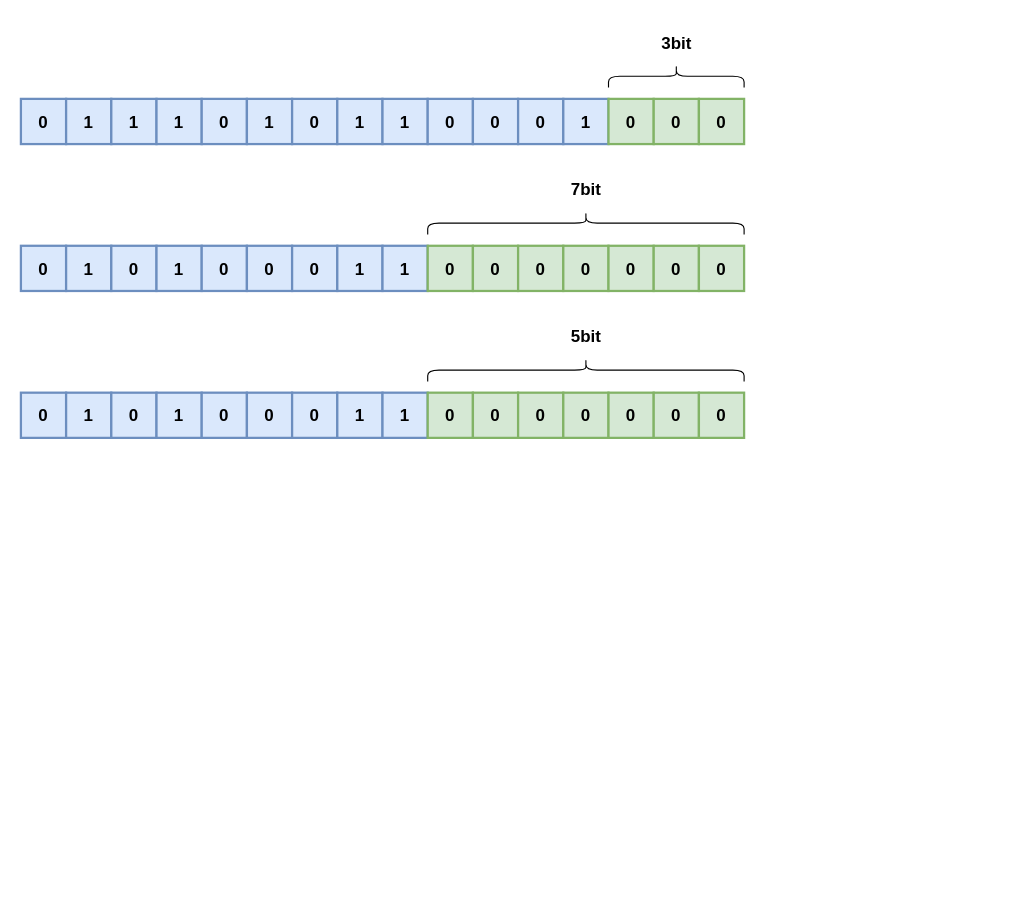
donscoco/diagrams keeps this draw.io diagram as redis/redis-hyperloglog-1.drawio. Above is the earlier version. Source tidied: cells renumbered, new cells numbered last; positions are measured from the earlier drawing's top-left corner, leaving out a move shared by most shapes. Both pictures are drawn from the tidied source at 113%, with x=0, y=0 at pixel (20, 8).
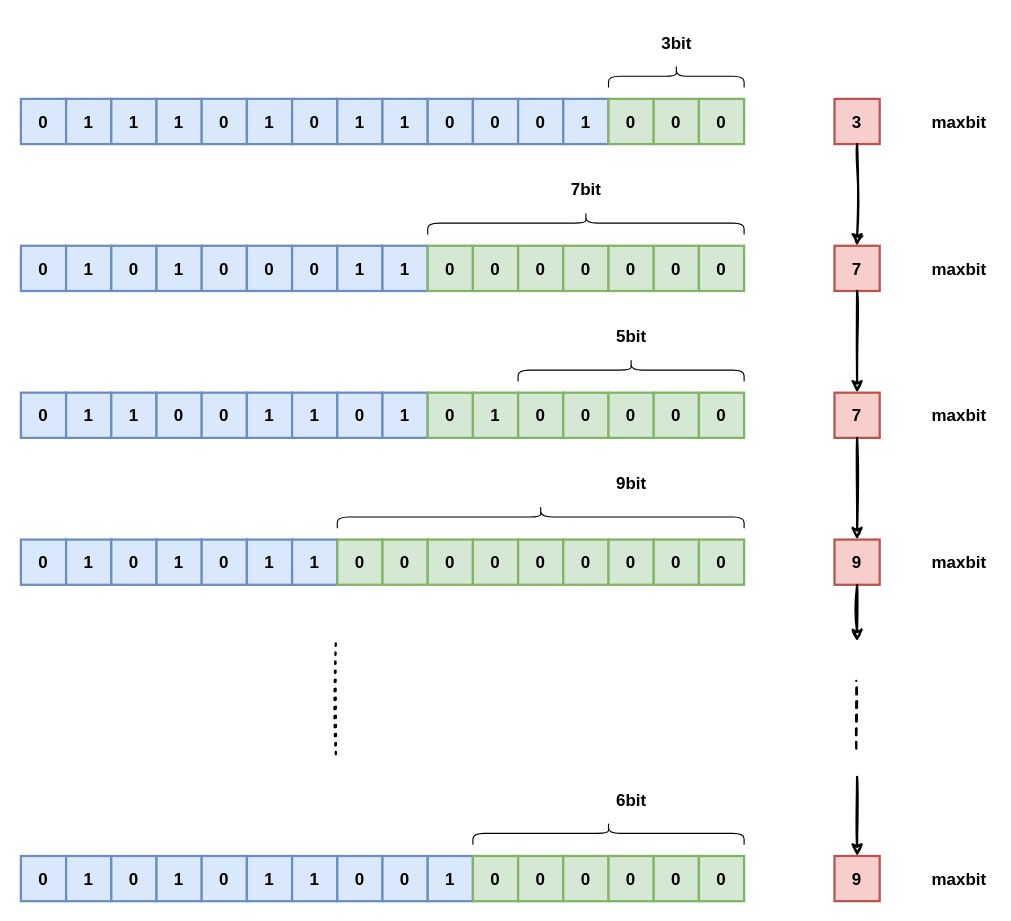
The same page after the edit.

The edit, as a diff of the source:
```diff
@@
-    <mxCell id="40" value="0" style="rounded=0;whiteSpace=wrap;html=1;strokeWidth=2;fillWeight=4;hachureGap=8;hachureAngle=45;fillColor=#dae8fc;strokeColor=#6c8ebf;fontSize=15;fontStyle=1;" parent="1" vertex="1">
+    <mxCell id="40" value="1" style="rounded=0;whiteSpace=wrap;html=1;strokeWidth=2;fillWeight=4;hachureGap=8;hachureAngle=45;fillColor=#dae8fc;strokeColor=#6c8ebf;fontSize=15;fontStyle=1;" parent="1" vertex="1">
       <mxGeometry x="80" y="340" width="40" height="40" as="geometry" />
     </mxCell>
-    <mxCell id="41" value="1" style="rounded=0;whiteSpace=wrap;html=1;strokeWidth=2;fillWeight=4;hachureGap=8;hachureAngle=45;fillColor=#dae8fc;strokeColor=#6c8ebf;fontSize=15;fontStyle=1;" parent="1" vertex="1">
+    <mxCell id="41" value="0" style="rounded=0;whiteSpace=wrap;html=1;strokeWidth=2;fillWeight=4;hachureGap=8;hachureAngle=45;fillColor=#dae8fc;strokeColor=#6c8ebf;fontSize=15;fontStyle=1;" parent="1" vertex="1">
       <mxGeometry x="120" y="340" width="40" height="40" as="geometry" />
     </mxCell>
@@
-    <mxCell id="43" value="0" style="rounded=0;whiteSpace=wrap;html=1;strokeWidth=2;fillWeight=4;hachureGap=8;hachureAngle=45;fillColor=#dae8fc;strokeColor=#6c8ebf;fontSize=15;fontStyle=1;" parent="1" vertex="1">
+    <mxCell id="43" value="1" style="rounded=0;whiteSpace=wrap;html=1;strokeWidth=2;fillWeight=4;hachureGap=8;hachureAngle=45;fillColor=#dae8fc;strokeColor=#6c8ebf;fontSize=15;fontStyle=1;" parent="1" vertex="1">
       <mxGeometry x="200" y="340" width="40" height="40" as="geometry" />
     </mxCell>
-    <mxCell id="44" value="0" style="rounded=0;whiteSpace=wrap;html=1;strokeWidth=2;fillWeight=4;hachureGap=8;hachureAngle=45;fillColor=#dae8fc;strokeColor=#6c8ebf;fontSize=15;fontStyle=1;" parent="1" vertex="1">
+    <mxCell id="44" value="1" style="rounded=0;whiteSpace=wrap;html=1;strokeWidth=2;fillWeight=4;hachureGap=8;hachureAngle=45;fillColor=#dae8fc;strokeColor=#6c8ebf;fontSize=15;fontStyle=1;" parent="1" vertex="1">
       <mxGeometry x="240" y="340" width="40" height="40" as="geometry" />
     </mxCell>
-    <mxCell id="45" value="1" style="rounded=0;whiteSpace=wrap;html=1;strokeWidth=2;fillWeight=4;hachureGap=8;hachureAngle=45;fillColor=#dae8fc;strokeColor=#6c8ebf;fontSize=15;fontStyle=1;" parent="1" vertex="1">
+    <mxCell id="45" value="0" style="rounded=0;whiteSpace=wrap;html=1;strokeWidth=2;fillWeight=4;hachureGap=8;hachureAngle=45;fillColor=#dae8fc;strokeColor=#6c8ebf;fontSize=15;fontStyle=1;" parent="1" vertex="1">
       <mxGeometry x="280" y="340" width="40" height="40" as="geometry" />
     </mxCell>
@@
-    <mxCell id="48" value="0" style="rounded=0;whiteSpace=wrap;html=1;strokeWidth=2;fillWeight=4;hachureGap=8;hachureAngle=45;fillColor=#d5e8d4;strokeColor=#82b366;fontSize=15;fontStyle=1;" parent="1" vertex="1">
+    <mxCell id="48" value="1" style="rounded=0;whiteSpace=wrap;html=1;strokeWidth=2;fillWeight=4;hachureGap=8;hachureAngle=45;fillColor=#d5e8d4;strokeColor=#82b366;fontSize=15;fontStyle=1;" parent="1" vertex="1">
       <mxGeometry x="400" y="340" width="40" height="40" as="geometry" />
     </mxCell>
@@
     <mxCell id="54" style="shape=curlyBracket;whiteSpace=wrap;html=1;rounded=1;labelPosition=left;verticalLabelPosition=middle;align=right;verticalAlign=middle;rotation=90;" parent="1" vertex="1">
-      <mxGeometry x="490" y="180" width="20" height="280" as="geometry" />
+      <mxGeometry x="530" y="220" width="20" height="200" as="geometry" />
     </mxCell>
     <mxCell id="55" value="5bit" style="text;strokeColor=none;fillColor=none;html=1;fontSize=15;fontStyle=1;verticalAlign=middle;align=center;" parent="1" vertex="1">
-      <mxGeometry x="470" y="270" width="60" height="40" as="geometry" />
+      <mxGeometry x="510" y="270" width="60" height="40" as="geometry" />
     </mxCell>
+    <mxCell id="56" value="0" style="rounded=0;whiteSpace=wrap;html=1;strokeWidth=2;fillWeight=4;hachureGap=8;hachureAngle=45;fillColor=#dae8fc;strokeColor=#6c8ebf;fontSize=15;fontStyle=1;" parent="1" vertex="1">
+      <mxGeometry y="470" width="40" height="40" as="geometry" />
+    </mxCell>
+    <mxCell id="57" value="1" style="rounded=0;whiteSpace=wrap;html=1;strokeWidth=2;fillWeight=4;hachureGap=8;hachureAngle=45;fillColor=#dae8fc;strokeColor=#6c8ebf;fontSize=15;fontStyle=1;" parent="1" vertex="1">
+      <mxGeometry x="40" y="470" width="40" height="40" as="geometry" />
+    </mxCell>
+    <mxCell id="58" value="0" style="rounded=0;whiteSpace=wrap;html=1;strokeWidth=2;fillWeight=4;hachureGap=8;hachureAngle=45;fillColor=#dae8fc;strokeColor=#6c8ebf;fontSize=15;fontStyle=1;" parent="1" vertex="1">
+      <mxGeometry x="80" y="470" width="40" height="40" as="geometry" />
+    </mxCell>
+    <mxCell id="59" value="1" style="rounded=0;whiteSpace=wrap;html=1;strokeWidth=2;fillWeight=4;hachureGap=8;hachureAngle=45;fillColor=#dae8fc;strokeColor=#6c8ebf;fontSize=15;fontStyle=1;" parent="1" vertex="1">
+      <mxGeometry x="120" y="470" width="40" height="40" as="geometry" />
+    </mxCell>
+    <mxCell id="60" value="0" style="rounded=0;whiteSpace=wrap;html=1;strokeWidth=2;fillWeight=4;hachureGap=8;hachureAngle=45;fillColor=#dae8fc;strokeColor=#6c8ebf;fontSize=15;fontStyle=1;" parent="1" vertex="1">
+      <mxGeometry x="160" y="470" width="40" height="40" as="geometry" />
+    </mxCell>
+    <mxCell id="61" value="1" style="rounded=0;whiteSpace=wrap;html=1;strokeWidth=2;fillWeight=4;hachureGap=8;hachureAngle=45;fillColor=#dae8fc;strokeColor=#6c8ebf;fontSize=15;fontStyle=1;" parent="1" vertex="1">
+      <mxGeometry x="200" y="470" width="40" height="40" as="geometry" />
+    </mxCell>
+    <mxCell id="62" value="1" style="rounded=0;whiteSpace=wrap;html=1;strokeWidth=2;fillWeight=4;hachureGap=8;hachureAngle=45;fillColor=#dae8fc;strokeColor=#6c8ebf;fontSize=15;fontStyle=1;" parent="1" vertex="1">
+      <mxGeometry x="240" y="470" width="40" height="40" as="geometry" />
+    </mxCell>
+    <mxCell id="63" value="0" style="rounded=0;whiteSpace=wrap;html=1;strokeWidth=2;fillWeight=4;hachureGap=8;hachureAngle=45;fillColor=#d5e8d4;strokeColor=#82b366;fontSize=15;fontStyle=1;" parent="1" vertex="1">
+      <mxGeometry x="280" y="470" width="40" height="40" as="geometry" />
+    </mxCell>
+    <mxCell id="64" value="0" style="rounded=0;whiteSpace=wrap;html=1;strokeWidth=2;fillWeight=4;hachureGap=8;hachureAngle=45;fillColor=#d5e8d4;strokeColor=#82b366;fontSize=15;fontStyle=1;" parent="1" vertex="1">
+      <mxGeometry x="320" y="470" width="40" height="40" as="geometry" />
+    </mxCell>
+    <mxCell id="65" value="0" style="rounded=0;whiteSpace=wrap;html=1;strokeWidth=2;fillWeight=4;hachureGap=8;hachureAngle=45;fillColor=#d5e8d4;strokeColor=#82b366;fontSize=15;fontStyle=1;" parent="1" vertex="1">
+      <mxGeometry x="360" y="470" width="40" height="40" as="geometry" />
+    </mxCell>
+    <mxCell id="66" value="0" style="rounded=0;whiteSpace=wrap;html=1;strokeWidth=2;fillWeight=4;hachureGap=8;hachureAngle=45;fillColor=#d5e8d4;strokeColor=#82b366;fontSize=15;fontStyle=1;" parent="1" vertex="1">
+      <mxGeometry x="400" y="470" width="40" height="40" as="geometry" />
+    </mxCell>
+    <mxCell id="67" value="0" style="rounded=0;whiteSpace=wrap;html=1;strokeWidth=2;fillWeight=4;hachureGap=8;hachureAngle=45;fillColor=#d5e8d4;strokeColor=#82b366;fontSize=15;fontStyle=1;" parent="1" vertex="1">
+      <mxGeometry x="440" y="470" width="40" height="40" as="geometry" />
+    </mxCell>
+    <mxCell id="68" value="0" style="rounded=0;whiteSpace=wrap;html=1;strokeWidth=2;fillWeight=4;hachureGap=8;hachureAngle=45;fillColor=#d5e8d4;strokeColor=#82b366;fontSize=15;fontStyle=1;" parent="1" vertex="1">
+      <mxGeometry x="480" y="470" width="40" height="40" as="geometry" />
+    </mxCell>
+    <mxCell id="69" value="0" style="rounded=0;whiteSpace=wrap;html=1;strokeWidth=2;fillWeight=4;hachureGap=8;hachureAngle=45;fillColor=#d5e8d4;strokeColor=#82b366;fontSize=15;fontStyle=1;" parent="1" vertex="1">
+      <mxGeometry x="520" y="470" width="40" height="40" as="geometry" />
+    </mxCell>
+    <mxCell id="70" value="0" style="rounded=0;whiteSpace=wrap;html=1;strokeWidth=2;fillWeight=4;hachureGap=8;hachureAngle=45;fillColor=#d5e8d4;strokeColor=#82b366;fontSize=15;fontStyle=1;" parent="1" vertex="1">
+      <mxGeometry x="560" y="470" width="40" height="40" as="geometry" />
+    </mxCell>
+    <mxCell id="71" value="0" style="rounded=0;whiteSpace=wrap;html=1;strokeWidth=2;fillWeight=4;hachureGap=8;hachureAngle=45;fillColor=#d5e8d4;strokeColor=#82b366;fontSize=15;fontStyle=1;" parent="1" vertex="1">
+      <mxGeometry x="600" y="470" width="40" height="40" as="geometry" />
+    </mxCell>
+    <mxCell id="72" style="shape=curlyBracket;whiteSpace=wrap;html=1;rounded=1;labelPosition=left;verticalLabelPosition=middle;align=right;verticalAlign=middle;rotation=90;" parent="1" vertex="1">
+      <mxGeometry x="450" y="270" width="20" height="360" as="geometry" />
+    </mxCell>
+    <mxCell id="73" value="9bit" style="text;strokeColor=none;fillColor=none;html=1;fontSize=15;fontStyle=1;verticalAlign=middle;align=center;" parent="1" vertex="1">
+      <mxGeometry x="510" y="400" width="60" height="40" as="geometry" />
+    </mxCell>
+    <mxCell id="74" value="7" style="rounded=0;whiteSpace=wrap;html=1;strokeWidth=2;fillWeight=4;hachureGap=8;hachureAngle=45;fillColor=#f8cecc;strokeColor=#b85450;fontSize=15;fontStyle=1;" parent="1" vertex="1">
+      <mxGeometry x="720" y="210" width="40" height="40" as="geometry" />
+    </mxCell>
+    <mxCell id="75" value="3" style="rounded=0;whiteSpace=wrap;html=1;strokeWidth=2;fillWeight=4;hachureGap=8;hachureAngle=45;fillColor=#f8cecc;strokeColor=#b85450;fontSize=15;fontStyle=1;" parent="1" vertex="1">
+      <mxGeometry x="720" y="80" width="40" height="40" as="geometry" />
+    </mxCell>
+    <mxCell id="76" value="7" style="rounded=0;whiteSpace=wrap;html=1;strokeWidth=2;fillWeight=4;hachureGap=8;hachureAngle=45;fillColor=#f8cecc;strokeColor=#b85450;fontSize=15;fontStyle=1;" parent="1" vertex="1">
+      <mxGeometry x="720" y="340" width="40" height="40" as="geometry" />
+    </mxCell>
+    <mxCell id="77" value="9" style="rounded=0;whiteSpace=wrap;html=1;strokeWidth=2;fillWeight=4;hachureGap=8;hachureAngle=45;fillColor=#f8cecc;strokeColor=#b85450;fontSize=15;fontStyle=1;" parent="1" vertex="1">
+      <mxGeometry x="720" y="470" width="40" height="40" as="geometry" />
+    </mxCell>
+    <mxCell id="78" value="maxbit" style="text;strokeColor=none;fillColor=none;html=1;fontSize=15;fontStyle=1;verticalAlign=middle;align=center;" parent="1" vertex="1">
+      <mxGeometry x="800" y="80" width="60" height="40" as="geometry" />
+    </mxCell>
+    <mxCell id="79" value="maxbit" style="text;strokeColor=none;fillColor=none;html=1;fontSize=15;fontStyle=1;verticalAlign=middle;align=center;" parent="1" vertex="1">
+      <mxGeometry x="800" y="210" width="60" height="40" as="geometry" />
+    </mxCell>
+    <mxCell id="80" value="maxbit" style="text;strokeColor=none;fillColor=none;html=1;fontSize=15;fontStyle=1;verticalAlign=middle;align=center;" parent="1" vertex="1">
+      <mxGeometry x="800" y="340" width="60" height="40" as="geometry" />
+    </mxCell>
+    <mxCell id="81" value="maxbit" style="text;strokeColor=none;fillColor=none;html=1;fontSize=15;fontStyle=1;verticalAlign=middle;align=center;" parent="1" vertex="1">
+      <mxGeometry x="800" y="470" width="60" height="40" as="geometry" />
+    </mxCell>
+    <mxCell id="82" style="endArrow=classic;html=1;rounded=0;fontSize=15;exitX=0.5;exitY=1;exitDx=0;exitDy=0;entryX=0.5;entryY=0;entryDx=0;entryDy=0;strokeWidth=2;sketch=1;curveFitting=1;jiggle=2;" parent="1" edge="1" source="75" target="74">
+      <mxGeometry relative="1" as="geometry" />
+    </mxCell>
+    <mxCell id="83" style="endArrow=classic;html=1;rounded=0;sketch=1;strokeWidth=2;fontSize=15;exitX=0.5;exitY=1;exitDx=0;exitDy=0;entryX=0.5;entryY=0;entryDx=0;entryDy=0;" parent="1" edge="1" source="74" target="76">
+      <mxGeometry relative="1" as="geometry" />
+    </mxCell>
+    <mxCell id="84" style="endArrow=classic;html=1;rounded=0;sketch=1;strokeWidth=2;fontSize=15;exitX=0.5;exitY=1;exitDx=0;exitDy=0;entryX=0.5;entryY=0;entryDx=0;entryDy=0;" parent="1" edge="1" source="76" target="77">
+      <mxGeometry relative="1" as="geometry" />
+    </mxCell>
+    <mxCell id="85" style="endArrow=none;dashed=1;html=1;dashPattern=1 3;strokeWidth=2;rounded=0;sketch=1;fontSize=15;" parent="1" edge="1">
+      <mxGeometry x="-0.8" relative="1" as="geometry">
+        <mxPoint x="278.7" y="660" as="sourcePoint" />
+        <mxPoint x="278.7" y="560" as="targetPoint" />
+        <mxPoint y="-1" as="offset" />
+      </mxGeometry>
+    </mxCell>
+    <mxCell id="86" value="0" style="rounded=0;whiteSpace=wrap;html=1;strokeWidth=2;fillWeight=4;hachureGap=8;hachureAngle=45;fillColor=#dae8fc;strokeColor=#6c8ebf;fontSize=15;fontStyle=1;" parent="1" vertex="1">
+      <mxGeometry y="750" width="40" height="40" as="geometry" />
+    </mxCell>
+    <mxCell id="87" value="1" style="rounded=0;whiteSpace=wrap;html=1;strokeWidth=2;fillWeight=4;hachureGap=8;hachureAngle=45;fillColor=#dae8fc;strokeColor=#6c8ebf;fontSize=15;fontStyle=1;" parent="1" vertex="1">
+      <mxGeometry x="40" y="750" width="40" height="40" as="geometry" />
+    </mxCell>
+    <mxCell id="88" value="0" style="rounded=0;whiteSpace=wrap;html=1;strokeWidth=2;fillWeight=4;hachureGap=8;hachureAngle=45;fillColor=#dae8fc;strokeColor=#6c8ebf;fontSize=15;fontStyle=1;" parent="1" vertex="1">
+      <mxGeometry x="80" y="750" width="40" height="40" as="geometry" />
+    </mxCell>
+    <mxCell id="89" value="1" style="rounded=0;whiteSpace=wrap;html=1;strokeWidth=2;fillWeight=4;hachureGap=8;hachureAngle=45;fillColor=#dae8fc;strokeColor=#6c8ebf;fontSize=15;fontStyle=1;" parent="1" vertex="1">
+      <mxGeometry x="120" y="750" width="40" height="40" as="geometry" />
+    </mxCell>
+    <mxCell id="90" value="0" style="rounded=0;whiteSpace=wrap;html=1;strokeWidth=2;fillWeight=4;hachureGap=8;hachureAngle=45;fillColor=#dae8fc;strokeColor=#6c8ebf;fontSize=15;fontStyle=1;" parent="1" vertex="1">
+      <mxGeometry x="160" y="750" width="40" height="40" as="geometry" />
+    </mxCell>
+    <mxCell id="91" value="1" style="rounded=0;whiteSpace=wrap;html=1;strokeWidth=2;fillWeight=4;hachureGap=8;hachureAngle=45;fillColor=#dae8fc;strokeColor=#6c8ebf;fontSize=15;fontStyle=1;" parent="1" vertex="1">
+      <mxGeometry x="200" y="750" width="40" height="40" as="geometry" />
+    </mxCell>
+    <mxCell id="92" value="1" style="rounded=0;whiteSpace=wrap;html=1;strokeWidth=2;fillWeight=4;hachureGap=8;hachureAngle=45;fillColor=#dae8fc;strokeColor=#6c8ebf;fontSize=15;fontStyle=1;" parent="1" vertex="1">
+      <mxGeometry x="240" y="750" width="40" height="40" as="geometry" />
+    </mxCell>
+    <mxCell id="93" value="0" style="rounded=0;whiteSpace=wrap;html=1;strokeWidth=2;fillWeight=4;hachureGap=8;hachureAngle=45;fillColor=#dae8fc;strokeColor=#6c8ebf;fontSize=15;fontStyle=1;" parent="1" vertex="1">
+      <mxGeometry x="280" y="750" width="40" height="40" as="geometry" />
+    </mxCell>
+    <mxCell id="94" value="0" style="rounded=0;whiteSpace=wrap;html=1;strokeWidth=2;fillWeight=4;hachureGap=8;hachureAngle=45;fillColor=#dae8fc;strokeColor=#6c8ebf;fontSize=15;fontStyle=1;" parent="1" vertex="1">
+      <mxGeometry x="320" y="750" width="40" height="40" as="geometry" />
+    </mxCell>
+    <mxCell id="95" value="1" style="rounded=0;whiteSpace=wrap;html=1;strokeWidth=2;fillWeight=4;hachureGap=8;hachureAngle=45;fillColor=#dae8fc;strokeColor=#6c8ebf;fontSize=15;fontStyle=1;" parent="1" vertex="1">
+      <mxGeometry x="360" y="750" width="40" height="40" as="geometry" />
+    </mxCell>
+    <mxCell id="96" value="0" style="rounded=0;whiteSpace=wrap;html=1;strokeWidth=2;fillWeight=4;hachureGap=8;hachureAngle=45;fillColor=#d5e8d4;strokeColor=#82b366;fontSize=15;fontStyle=1;" parent="1" vertex="1">
+      <mxGeometry x="400" y="750" width="40" height="40" as="geometry" />
+    </mxCell>
+    <mxCell id="97" value="0" style="rounded=0;whiteSpace=wrap;html=1;strokeWidth=2;fillWeight=4;hachureGap=8;hachureAngle=45;fillColor=#d5e8d4;strokeColor=#82b366;fontSize=15;fontStyle=1;" parent="1" vertex="1">
+      <mxGeometry x="440" y="750" width="40" height="40" as="geometry" />
+    </mxCell>
+    <mxCell id="98" value="0" style="rounded=0;whiteSpace=wrap;html=1;strokeWidth=2;fillWeight=4;hachureGap=8;hachureAngle=45;fillColor=#d5e8d4;strokeColor=#82b366;fontSize=15;fontStyle=1;" parent="1" vertex="1">
+      <mxGeometry x="480" y="750" width="40" height="40" as="geometry" />
+    </mxCell>
+    <mxCell id="99" value="0" style="rounded=0;whiteSpace=wrap;html=1;strokeWidth=2;fillWeight=4;hachureGap=8;hachureAngle=45;fillColor=#d5e8d4;strokeColor=#82b366;fontSize=15;fontStyle=1;" parent="1" vertex="1">
+      <mxGeometry x="520" y="750" width="40" height="40" as="geometry" />
+    </mxCell>
+    <mxCell id="100" value="0" style="rounded=0;whiteSpace=wrap;html=1;strokeWidth=2;fillWeight=4;hachureGap=8;hachureAngle=45;fillColor=#d5e8d4;strokeColor=#82b366;fontSize=15;fontStyle=1;" parent="1" vertex="1">
+      <mxGeometry x="560" y="750" width="40" height="40" as="geometry" />
+    </mxCell>
+    <mxCell id="101" value="0" style="rounded=0;whiteSpace=wrap;html=1;strokeWidth=2;fillWeight=4;hachureGap=8;hachureAngle=45;fillColor=#d5e8d4;strokeColor=#82b366;fontSize=15;fontStyle=1;" parent="1" vertex="1">
+      <mxGeometry x="600" y="750" width="40" height="40" as="geometry" />
+    </mxCell>
+    <mxCell id="102" style="shape=curlyBracket;whiteSpace=wrap;html=1;rounded=1;labelPosition=left;verticalLabelPosition=middle;align=right;verticalAlign=middle;rotation=90;" parent="1" vertex="1">
+      <mxGeometry x="510" y="610" width="20" height="240" as="geometry" />
+    </mxCell>
+    <mxCell id="103" value="6bit" style="text;strokeColor=none;fillColor=none;html=1;fontSize=15;fontStyle=1;verticalAlign=middle;align=center;" parent="1" vertex="1">
+      <mxGeometry x="510" y="680" width="60" height="40" as="geometry" />
+    </mxCell>
+    <mxCell id="104" value="9" style="rounded=0;whiteSpace=wrap;html=1;strokeWidth=2;fillWeight=4;hachureGap=8;hachureAngle=45;fillColor=#f8cecc;strokeColor=#b85450;fontSize=15;fontStyle=1;" parent="1" vertex="1">
+      <mxGeometry x="720" y="750" width="40" height="40" as="geometry" />
+    </mxCell>
+    <mxCell id="105" value="maxbit" style="text;strokeColor=none;fillColor=none;html=1;fontSize=15;fontStyle=1;verticalAlign=middle;align=center;" parent="1" vertex="1">
+      <mxGeometry x="800" y="750" width="60" height="40" as="geometry" />
+    </mxCell>
+    <mxCell id="106" style="endArrow=classic;html=1;rounded=0;sketch=1;strokeWidth=2;fontSize=15;exitX=0.5;exitY=1;exitDx=0;exitDy=0;" parent="1" edge="1" source="77">
+      <mxGeometry relative="1" as="geometry">
+        <mxPoint x="740" y="560" as="targetPoint" />
+      </mxGeometry>
+    </mxCell>
+    <mxCell id="107" style="endArrow=classic;html=1;rounded=0;sketch=1;strokeWidth=2;fontSize=15;entryX=0.5;entryY=0;entryDx=0;entryDy=0;" parent="1" edge="1" target="104">
+      <mxGeometry relative="1" as="geometry">
+        <mxPoint x="740" y="680" as="sourcePoint" />
+      </mxGeometry>
+    </mxCell>
+    <mxCell id="108" style="endArrow=none;dashed=1;html=1;rounded=0;sketch=1;strokeWidth=2;fontSize=15;" parent="1" edge="1">
+      <mxGeometry x="0.67" y="-1" relative="1" as="geometry">
+        <mxPoint x="739.3" y="655" as="sourcePoint" />
+        <mxPoint x="739.3" y="595" as="targetPoint" />
+        <mxPoint y="1" as="offset" />
+      </mxGeometry>
+    </mxCell>
```
